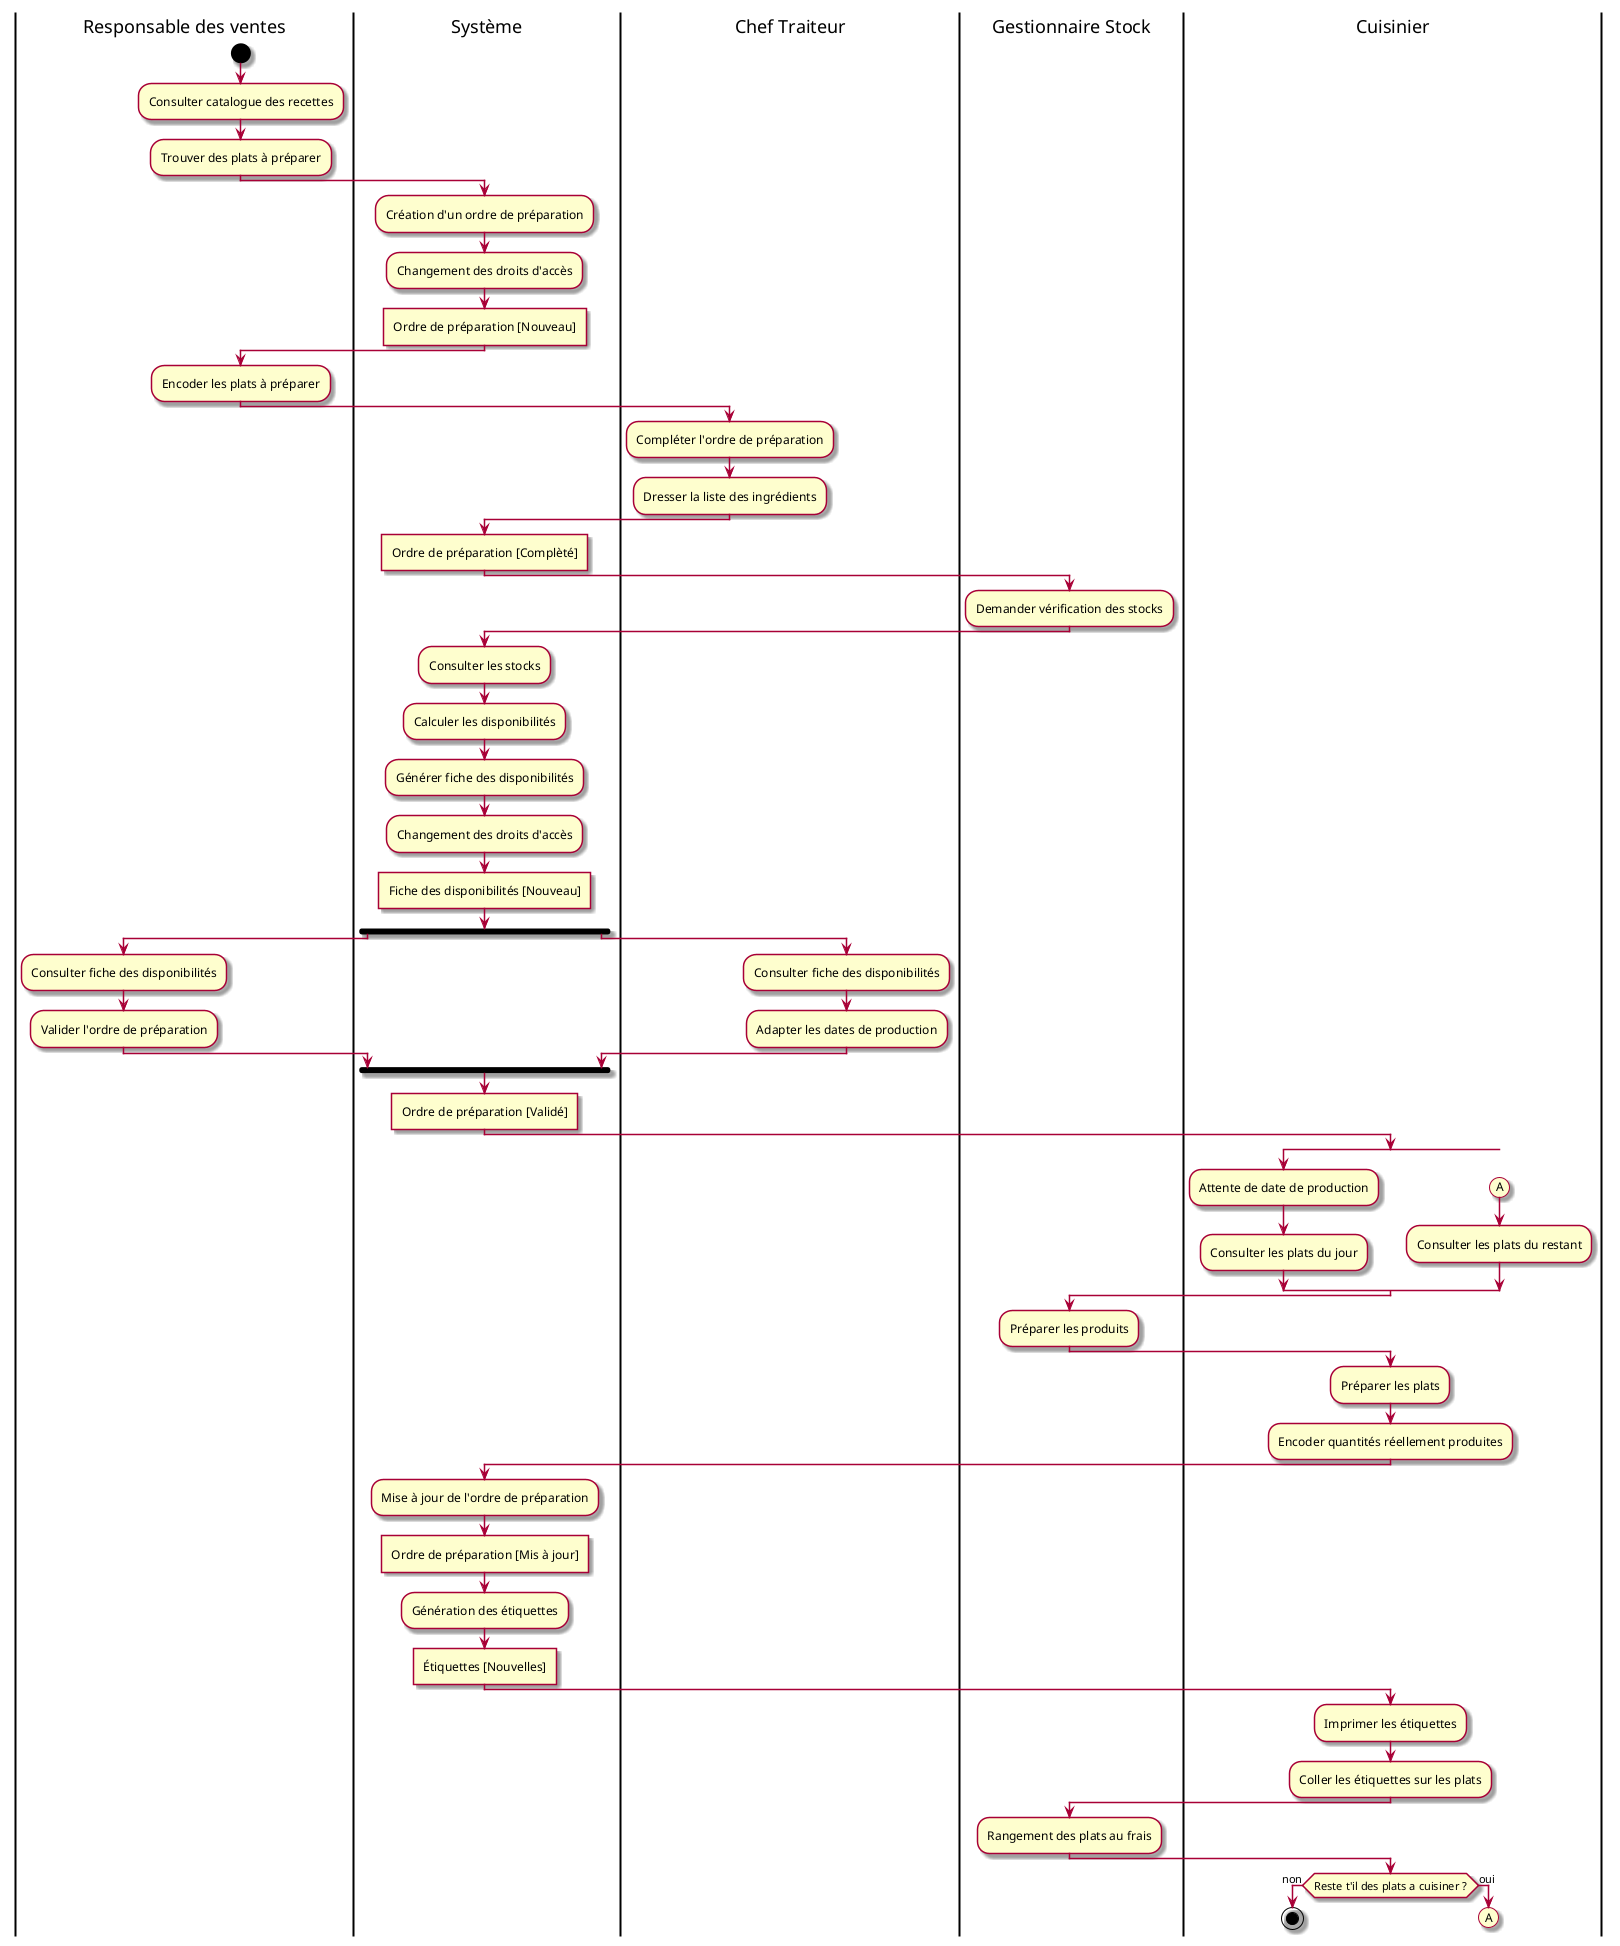
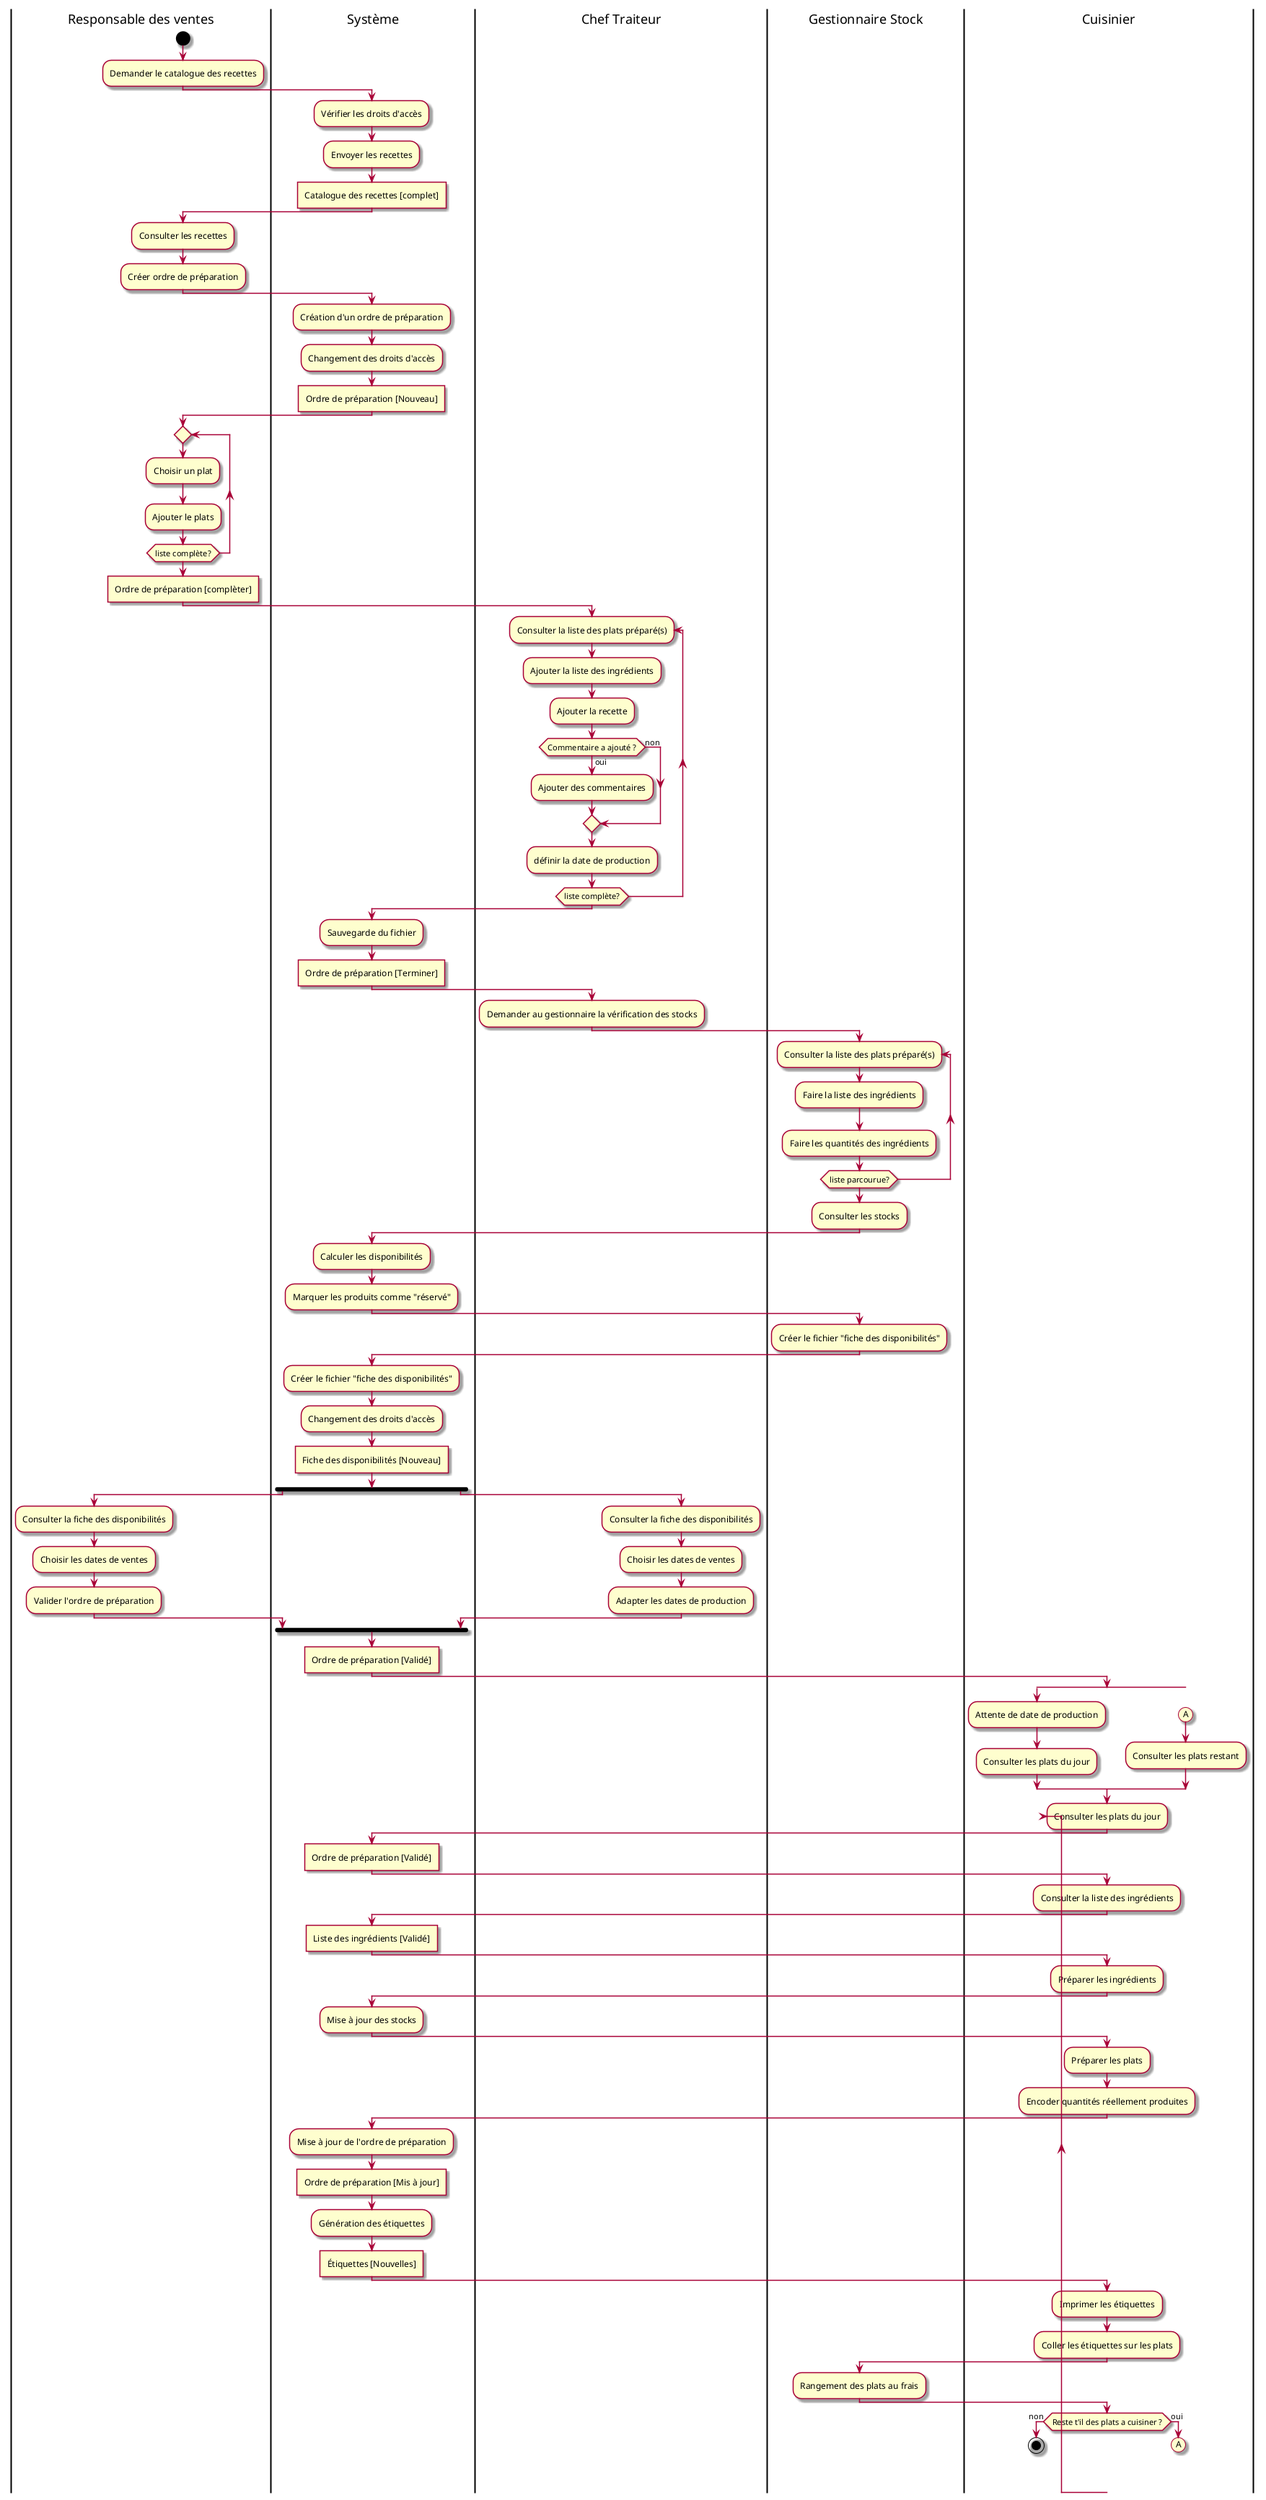
@startuml Plats_prepares
skin rose

|Responsable des ventes|
start
+ :Demander le catalogue des recettes;

- :Consulter catalogue des recettes;
+ |Système|
+ :Vérifier les droits d'accès;
+ :Envoyer les recettes;
+ :Catalogue des recettes [complet]; <<task>>

|Responsable des ventes|
- :Trouver des plats à préparer;
+ :Consulter les recettes;
+ :Créer ordre de préparation;

|Système|
:Création d'un ordre de préparation;
:Changement des droits d'accès;
:Ordre de préparation [Nouveau]; <<task>>

|Responsable des ventes|
- :Encoder les plats à préparer;
+ repeat
+     :Choisir un plat;
+     :Ajouter le plats;
+ repeat while (liste complète?)
+ :Ordre de préparation [complèter]; <<task>>

|Chef Traiteur|
- :Compléter l'ordre de préparation;
- :Dresser la liste des ingrédients;
+ repeat :Consulter la liste des plats préparé(s);
+ :Ajouter la liste des ingrédients;
+ :Ajouter la recette;
+ if (Commentaire a ajouté ?) then (oui)
+     :Ajouter des commentaires;
+ else (non)
+ endif
+ :définir la date de production;
+ 
+ repeat while (liste complète?)

|Système|
- :Ordre de préparation [Complèté]; <<task>>
+ :Sauvegarde du fichier;
+ :Ordre de préparation [Terminer]; <<task>>
+ 
+ |Chef Traiteur|
+ :Demander au gestionnaire la vérification des stocks;

|Gestionnaire Stock|
- :Demander vérification des stocks;
+ repeat :Consulter la liste des plats préparé(s);
+ :Faire la liste des ingrédients;
+ :Faire les quantités des ingrédients;
+ repeat while (liste parcourue?)
+ :Consulter les stocks;

|Système|
- :Consulter les stocks;
:Calculer les disponibilités;
+ :Marquer les produits comme "réservé";

- :Générer fiche des disponibilités;
+ |Gestionnaire Stock|
+ :Créer le fichier "fiche des disponibilités";
+ 
+ |Système|
+ :Créer le fichier "fiche des disponibilités";
:Changement des droits d'accès;
:Fiche des disponibilités [Nouveau]; <<task>>

|Système|
fork
- |Responsable des ventes|
- :Consulter fiche des disponibilités;
- :Valider l'ordre de préparation;
+     |Responsable des ventes|
+     :Consulter la fiche des disponibilités;
+     :Choisir les dates de ventes;
+     :Valider l'ordre de préparation;

fork again
- |Chef Traiteur|
- :Consulter fiche des disponibilités;
- :Adapter les dates de production;
+     |Chef Traiteur|
+     :Consulter la fiche des disponibilités;
+     :Choisir les dates de ventes;
+     :Adapter les dates de production;

- |Système|
+     |Système|
end fork
:Ordre de préparation [Validé]; <<task>>

|Cuisinier|
split
- :Attente de date de production; <<timeEvent>>
- :Consulter les plats du jour;
+     :Attente de date de production; <<timeEvent>>
+     :Consulter les plats du jour;

split again
- -[hidden]->
- (A)
- :Consulter les plats du restant;
+     -[hidden]->
+     (A)
+     :Consulter les plats restant;
end split

- |Gestionnaire Stock|
- :Préparer les produits;
+ repeat :Consulter les plats du jour;
+ 
+ |Système|
+ :Ordre de préparation [Validé]; <<task>>
+ 
+ |Cuisinier|
+ :Consulter la liste des ingrédients;
+ 
+ |Système|
+ :Liste des ingrédients [Validé]; <<task>>
+ 
+ |Cuisinier|
+ :Préparer les ingrédients;
+ 
+ |Système|
+ :Mise à jour des stocks;

|Cuisinier|
:Préparer les plats;
- 
:Encoder quantités réellement produites;

|Système|
:Mise à jour de l'ordre de préparation;
:Ordre de préparation [Mis à jour]; <<task>>

:Génération des étiquettes;
:Étiquettes [Nouvelles]; <<task>>

|Cuisinier|
:Imprimer les étiquettes;
:Coller les étiquettes sur les plats;

|Gestionnaire Stock|
:Rangement des plats au frais;

|Cuisinier|
if (Reste t'il des plats a cuisiner ?) then (non)
    stop
else (oui)
    (A)
    detach
endif

@enduml